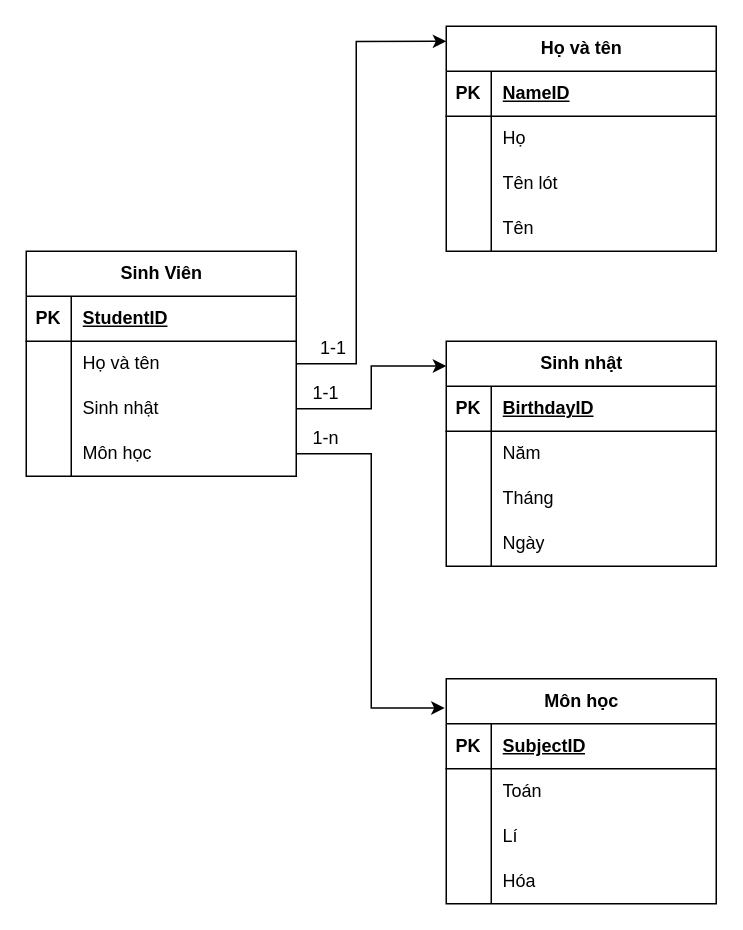
Before: Session1/LS1.1.drawio in tinnguyen2902/model2-2026, a draw.io diagram. Source tidied: cells renumbered, new cells numbered last; positions are measured from the earlier drawing's top-left corner, leaving out a move shared by most shapes. Both pictures are drawn from the tidied source at 150%, with x=0, y=0 at pixel (26, 26).
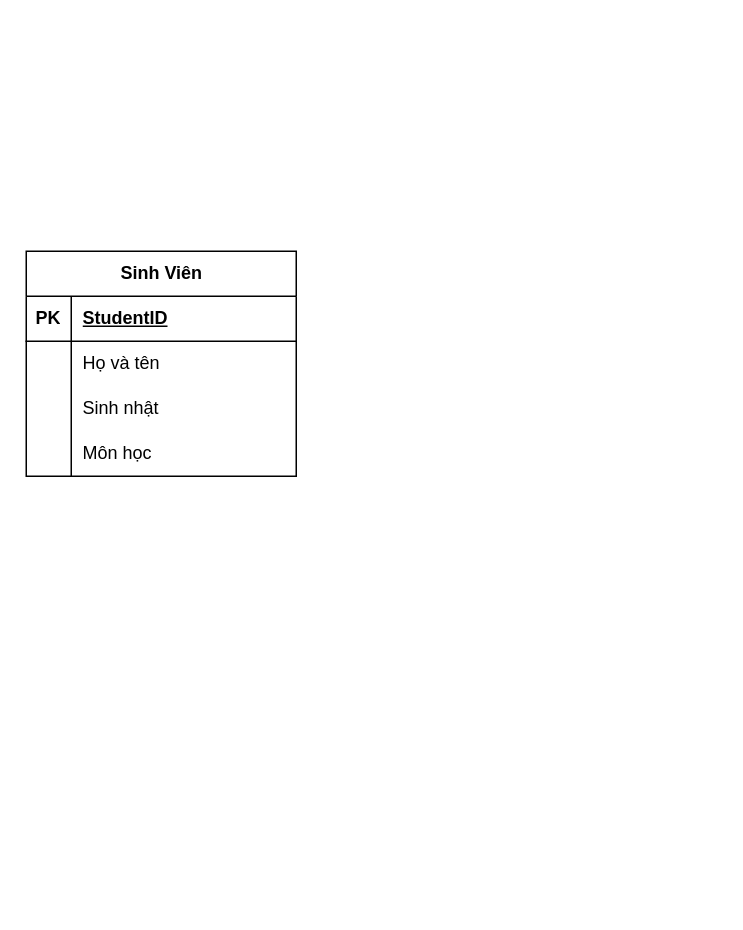
After the change.

The change refers to these unchanged cells:
```xml
<mxCell id="6" style="shape=tableRow;horizontal=0;startSize=0;swimlaneHead=0;swimlaneBody=0;fillColor=none;points=[[0,0.5],[1,0.5]];portConstraint=eastwest;top=0;left=0;right=0;bottom=0;" parent="2" vertex="1">
  <mxGeometry y="60" width="180" height="30" as="geometry" />
</mxCell>
<mxCell id="9" style="shape=tableRow;horizontal=0;startSize=0;swimlaneHead=0;swimlaneBody=0;fillColor=none;points=[[0,0.5],[1,0.5]];portConstraint=eastwest;top=0;left=0;right=0;bottom=0;" parent="2" vertex="1">
  <mxGeometry y="90" width="180" height="30" as="geometry" />
</mxCell>
<mxCell id="12" style="shape=tableRow;horizontal=0;startSize=0;swimlaneHead=0;swimlaneBody=0;fillColor=none;points=[[0,0.5],[1,0.5]];portConstraint=eastwest;top=0;left=0;right=0;bottom=0;" parent="2" vertex="1">
  <mxGeometry y="120" width="180" height="30" as="geometry" />
</mxCell>
```

Diff of the diagram source:
```diff
@@
-    <mxCell id="15" value="Họ và tên" style="shape=table;startSize=30;childLayout=tableLayout;rowLines=0;fontStyle=1;align=center;html=1;" parent="1" vertex="1">
-      <mxGeometry x="280" width="180" height="150" as="geometry" />
-    </mxCell>
-    <mxCell id="16" style="shape=tableRow;horizontal=0;startSize=0;swimlaneHead=0;swimlaneBody=0;fillColor=none;top=0;left=0;right=0;bottom=1;" parent="15" vertex="1">
-      <mxGeometry y="30" width="180" height="30" as="geometry" />
-    </mxCell>
-    <mxCell id="17" value="PK" style="shape=partialRectangle;fillColor=none;top=0;left=0;bottom=0;right=0;fontStyle=1;overflow=hidden;whiteSpace=wrap;html=1;" parent="16" vertex="1">
-      <mxGeometry width="30" height="30" as="geometry" />
-    </mxCell>
-    <mxCell id="18" value="NameID" style="shape=partialRectangle;fillColor=none;top=0;left=0;bottom=0;right=0;align=left;spacingLeft=6;fontStyle=5;overflow=hidden;whiteSpace=wrap;html=1;" parent="16" vertex="1">
-      <mxGeometry x="30" width="150" height="30" as="geometry" />
-    </mxCell>
-    <mxCell id="19" style="shape=tableRow;horizontal=0;startSize=0;swimlaneHead=0;swimlaneBody=0;fillColor=none;top=0;left=0;right=0;bottom=0;" parent="15" vertex="1">
-      <mxGeometry y="60" width="180" height="30" as="geometry" />
-    </mxCell>
-    <mxCell id="20" style="shape=partialRectangle;fillColor=none;top=0;left=0;bottom=0;right=0;overflow=hidden;whiteSpace=wrap;html=1;" parent="19" vertex="1">
-      <mxGeometry width="30" height="30" as="geometry" />
-    </mxCell>
-    <mxCell id="21" value="Họ" style="shape=partialRectangle;fillColor=none;top=0;left=0;bottom=0;right=0;align=left;spacingLeft=6;overflow=hidden;whiteSpace=wrap;html=1;" parent="19" vertex="1">
-      <mxGeometry x="30" width="150" height="30" as="geometry" />
-    </mxCell>
-    <mxCell id="22" style="shape=tableRow;horizontal=0;startSize=0;swimlaneHead=0;swimlaneBody=0;fillColor=none;top=0;left=0;right=0;bottom=0;" parent="15" vertex="1">
-      <mxGeometry y="90" width="180" height="30" as="geometry" />
-    </mxCell>
-    <mxCell id="23" style="shape=partialRectangle;fillColor=none;top=0;left=0;bottom=0;right=0;overflow=hidden;whiteSpace=wrap;html=1;" parent="22" vertex="1">
-      <mxGeometry width="30" height="30" as="geometry" />
-    </mxCell>
-    <mxCell id="24" value="Tên lót" style="shape=partialRectangle;fillColor=none;top=0;left=0;bottom=0;right=0;align=left;spacingLeft=6;overflow=hidden;whiteSpace=wrap;html=1;" parent="22" vertex="1">
-      <mxGeometry x="30" width="150" height="30" as="geometry" />
-    </mxCell>
-    <mxCell id="25" style="shape=tableRow;horizontal=0;startSize=0;swimlaneHead=0;swimlaneBody=0;fillColor=none;top=0;left=0;right=0;bottom=0;" parent="15" vertex="1">
-      <mxGeometry y="120" width="180" height="30" as="geometry" />
-    </mxCell>
-    <mxCell id="26" style="shape=partialRectangle;fillColor=none;top=0;left=0;bottom=0;right=0;overflow=hidden;whiteSpace=wrap;html=1;" parent="25" vertex="1">
-      <mxGeometry width="30" height="30" as="geometry" />
-    </mxCell>
-    <mxCell id="27" value="Tên" style="shape=partialRectangle;fillColor=none;top=0;left=0;bottom=0;right=0;align=left;spacingLeft=6;overflow=hidden;whiteSpace=wrap;html=1;" parent="25" vertex="1">
-      <mxGeometry x="30" width="150" height="30" as="geometry" />
-    </mxCell>
-    <mxCell id="28" style="edgeStyle=orthogonalEdgeStyle;rounded=0;jettySize=auto;html=1;entryX=0;entryY=0.067;entryDx=0;entryDy=0;entryPerimeter=0;" parent="1" edge="1" source="6" target="15">
-      <mxGeometry relative="1" as="geometry">
-        <Array as="points">
-          <mxPoint x="220" y="225" />
-          <mxPoint x="220" y="10" />
-        </Array>
-      </mxGeometry>
-    </mxCell>
-    <mxCell id="29" value="Sinh nhật" style="shape=table;startSize=30;childLayout=tableLayout;rowLines=0;fontStyle=1;align=center;html=1;" parent="1" vertex="1">
-      <mxGeometry x="280" y="210" width="180" height="150" as="geometry" />
-    </mxCell>
-    <mxCell id="30" style="shape=tableRow;horizontal=0;startSize=0;swimlaneHead=0;swimlaneBody=0;fillColor=none;top=0;left=0;right=0;bottom=1;" parent="29" vertex="1">
-      <mxGeometry y="30" width="180" height="30" as="geometry" />
-    </mxCell>
-    <mxCell id="31" value="PK" style="shape=partialRectangle;fillColor=none;top=0;left=0;bottom=0;right=0;fontStyle=1;overflow=hidden;whiteSpace=wrap;html=1;" parent="30" vertex="1">
-      <mxGeometry width="30" height="30" as="geometry" />
-    </mxCell>
-    <mxCell id="32" value="BirthdayID" style="shape=partialRectangle;fillColor=none;top=0;left=0;bottom=0;right=0;align=left;spacingLeft=6;fontStyle=5;overflow=hidden;whiteSpace=wrap;html=1;" parent="30" vertex="1">
-      <mxGeometry x="30" width="150" height="30" as="geometry" />
-    </mxCell>
-    <mxCell id="33" style="shape=tableRow;horizontal=0;startSize=0;swimlaneHead=0;swimlaneBody=0;fillColor=none;top=0;left=0;right=0;bottom=0;" parent="29" vertex="1">
-      <mxGeometry y="60" width="180" height="30" as="geometry" />
-    </mxCell>
-    <mxCell id="34" style="shape=partialRectangle;fillColor=none;top=0;left=0;bottom=0;right=0;overflow=hidden;whiteSpace=wrap;html=1;" parent="33" vertex="1">
-      <mxGeometry width="30" height="30" as="geometry" />
-    </mxCell>
-    <mxCell id="35" value="Năm" style="shape=partialRectangle;fillColor=none;top=0;left=0;bottom=0;right=0;align=left;spacingLeft=6;overflow=hidden;whiteSpace=wrap;html=1;" parent="33" vertex="1">
-      <mxGeometry x="30" width="150" height="30" as="geometry" />
-    </mxCell>
-    <mxCell id="36" style="shape=tableRow;horizontal=0;startSize=0;swimlaneHead=0;swimlaneBody=0;fillColor=none;top=0;left=0;right=0;bottom=0;" parent="29" vertex="1">
-      <mxGeometry y="90" width="180" height="30" as="geometry" />
-    </mxCell>
-    <mxCell id="37" style="shape=partialRectangle;fillColor=none;top=0;left=0;bottom=0;right=0;overflow=hidden;whiteSpace=wrap;html=1;" parent="36" vertex="1">
-      <mxGeometry width="30" height="30" as="geometry" />
-    </mxCell>
-    <mxCell id="38" value="Tháng" style="shape=partialRectangle;fillColor=none;top=0;left=0;bottom=0;right=0;align=left;spacingLeft=6;overflow=hidden;whiteSpace=wrap;html=1;" parent="36" vertex="1">
-      <mxGeometry x="30" width="150" height="30" as="geometry" />
-    </mxCell>
-    <mxCell id="39" style="shape=tableRow;horizontal=0;startSize=0;swimlaneHead=0;swimlaneBody=0;fillColor=none;top=0;left=0;right=0;bottom=0;" parent="29" vertex="1">
-      <mxGeometry y="120" width="180" height="30" as="geometry" />
-    </mxCell>
-    <mxCell id="40" style="shape=partialRectangle;fillColor=none;top=0;left=0;bottom=0;right=0;overflow=hidden;whiteSpace=wrap;html=1;" parent="39" vertex="1">
-      <mxGeometry width="30" height="30" as="geometry" />
-    </mxCell>
-    <mxCell id="41" value="Ngày" style="shape=partialRectangle;fillColor=none;top=0;left=0;bottom=0;right=0;align=left;spacingLeft=6;overflow=hidden;whiteSpace=wrap;html=1;" parent="39" vertex="1">
-      <mxGeometry x="30" width="150" height="30" as="geometry" />
-    </mxCell>
-    <mxCell id="42" style="edgeStyle=orthogonalEdgeStyle;rounded=0;jettySize=auto;html=1;exitX=1;exitY=0.5;exitDx=0;exitDy=0;entryX=0;entryY=0.11;entryDx=0;entryDy=0;entryPerimeter=0;" parent="1" edge="1" source="9" target="29">
-      <mxGeometry relative="1" as="geometry" />
-    </mxCell>
-    <mxCell id="43" value="Môn học" style="shape=table;startSize=30;childLayout=tableLayout;rowLines=0;fontStyle=1;align=center;html=1;" parent="1" vertex="1">
-      <mxGeometry x="280" y="435" width="180" height="150" as="geometry" />
-    </mxCell>
-    <mxCell id="44" style="shape=tableRow;horizontal=0;startSize=0;swimlaneHead=0;swimlaneBody=0;fillColor=none;top=0;left=0;right=0;bottom=1;" parent="43" vertex="1">
-      <mxGeometry y="30" width="180" height="30" as="geometry" />
-    </mxCell>
-    <mxCell id="45" value="PK" style="shape=partialRectangle;fillColor=none;top=0;left=0;bottom=0;right=0;fontStyle=1;overflow=hidden;whiteSpace=wrap;html=1;" parent="44" vertex="1">
-      <mxGeometry width="30" height="30" as="geometry" />
-    </mxCell>
-    <mxCell id="46" value="SubjectID" style="shape=partialRectangle;fillColor=none;top=0;left=0;bottom=0;right=0;align=left;spacingLeft=6;fontStyle=5;overflow=hidden;whiteSpace=wrap;html=1;" parent="44" vertex="1">
-      <mxGeometry x="30" width="150" height="30" as="geometry" />
-    </mxCell>
-    <mxCell id="47" style="shape=tableRow;horizontal=0;startSize=0;swimlaneHead=0;swimlaneBody=0;fillColor=none;top=0;left=0;right=0;bottom=0;" parent="43" vertex="1">
-      <mxGeometry y="60" width="180" height="30" as="geometry" />
-    </mxCell>
-    <mxCell id="48" style="shape=partialRectangle;fillColor=none;top=0;left=0;bottom=0;right=0;overflow=hidden;whiteSpace=wrap;html=1;" parent="47" vertex="1">
-      <mxGeometry width="30" height="30" as="geometry" />
-    </mxCell>
-    <mxCell id="49" value="Toán" style="shape=partialRectangle;fillColor=none;top=0;left=0;bottom=0;right=0;align=left;spacingLeft=6;overflow=hidden;whiteSpace=wrap;html=1;" parent="47" vertex="1">
-      <mxGeometry x="30" width="150" height="30" as="geometry" />
-    </mxCell>
-    <mxCell id="50" style="shape=tableRow;horizontal=0;startSize=0;swimlaneHead=0;swimlaneBody=0;fillColor=none;top=0;left=0;right=0;bottom=0;" parent="43" vertex="1">
-      <mxGeometry y="90" width="180" height="30" as="geometry" />
-    </mxCell>
-    <mxCell id="51" style="shape=partialRectangle;fillColor=none;top=0;left=0;bottom=0;right=0;overflow=hidden;whiteSpace=wrap;html=1;" parent="50" vertex="1">
-      <mxGeometry width="30" height="30" as="geometry" />
-    </mxCell>
-    <mxCell id="52" value="Lí" style="shape=partialRectangle;fillColor=none;top=0;left=0;bottom=0;right=0;align=left;spacingLeft=6;overflow=hidden;whiteSpace=wrap;html=1;" parent="50" vertex="1">
-      <mxGeometry x="30" width="150" height="30" as="geometry" />
-    </mxCell>
-    <mxCell id="53" style="shape=tableRow;horizontal=0;startSize=0;swimlaneHead=0;swimlaneBody=0;fillColor=none;top=0;left=0;right=0;bottom=0;" parent="43" vertex="1">
-      <mxGeometry y="120" width="180" height="30" as="geometry" />
-    </mxCell>
-    <mxCell id="54" style="shape=partialRectangle;fillColor=none;top=0;left=0;bottom=0;right=0;overflow=hidden;whiteSpace=wrap;html=1;" parent="53" vertex="1">
-      <mxGeometry width="30" height="30" as="geometry" />
-    </mxCell>
-    <mxCell id="55" value="Hóa" style="shape=partialRectangle;fillColor=none;top=0;left=0;bottom=0;right=0;align=left;spacingLeft=6;overflow=hidden;whiteSpace=wrap;html=1;" parent="53" vertex="1">
-      <mxGeometry x="30" width="150" height="30" as="geometry" />
-    </mxCell>
-    <mxCell id="56" style="edgeStyle=orthogonalEdgeStyle;rounded=0;jettySize=auto;html=1;entryX=-0.006;entryY=0.13;entryDx=0;entryDy=0;entryPerimeter=0;" parent="1" edge="1" source="12" target="43">
-      <mxGeometry relative="1" as="geometry">
-        <Array as="points">
-          <mxPoint x="230" y="285" />
-          <mxPoint x="230" y="455" />
-        </Array>
-      </mxGeometry>
-    </mxCell>
-    <mxCell id="57" value="1-1" style="text;html=1;whiteSpace=wrap;strokeColor=none;fillColor=none;align=center;verticalAlign=middle;rounded=0;" parent="1" vertex="1">
-      <mxGeometry x="185" y="200" width="40" height="30" as="geometry" />
-    </mxCell>
-    <mxCell id="58" value="1-1" style="text;html=1;whiteSpace=wrap;strokeColor=none;fillColor=none;align=center;verticalAlign=middle;rounded=0;" parent="1" vertex="1">
-      <mxGeometry x="180" y="230" width="40" height="30" as="geometry" />
-    </mxCell>
-    <mxCell id="59" value="1-n" style="text;html=1;whiteSpace=wrap;strokeColor=none;fillColor=none;align=center;verticalAlign=middle;rounded=0;" parent="1" vertex="1">
-      <mxGeometry x="180" y="260" width="40" height="30" as="geometry" />
-    </mxCell>
```
